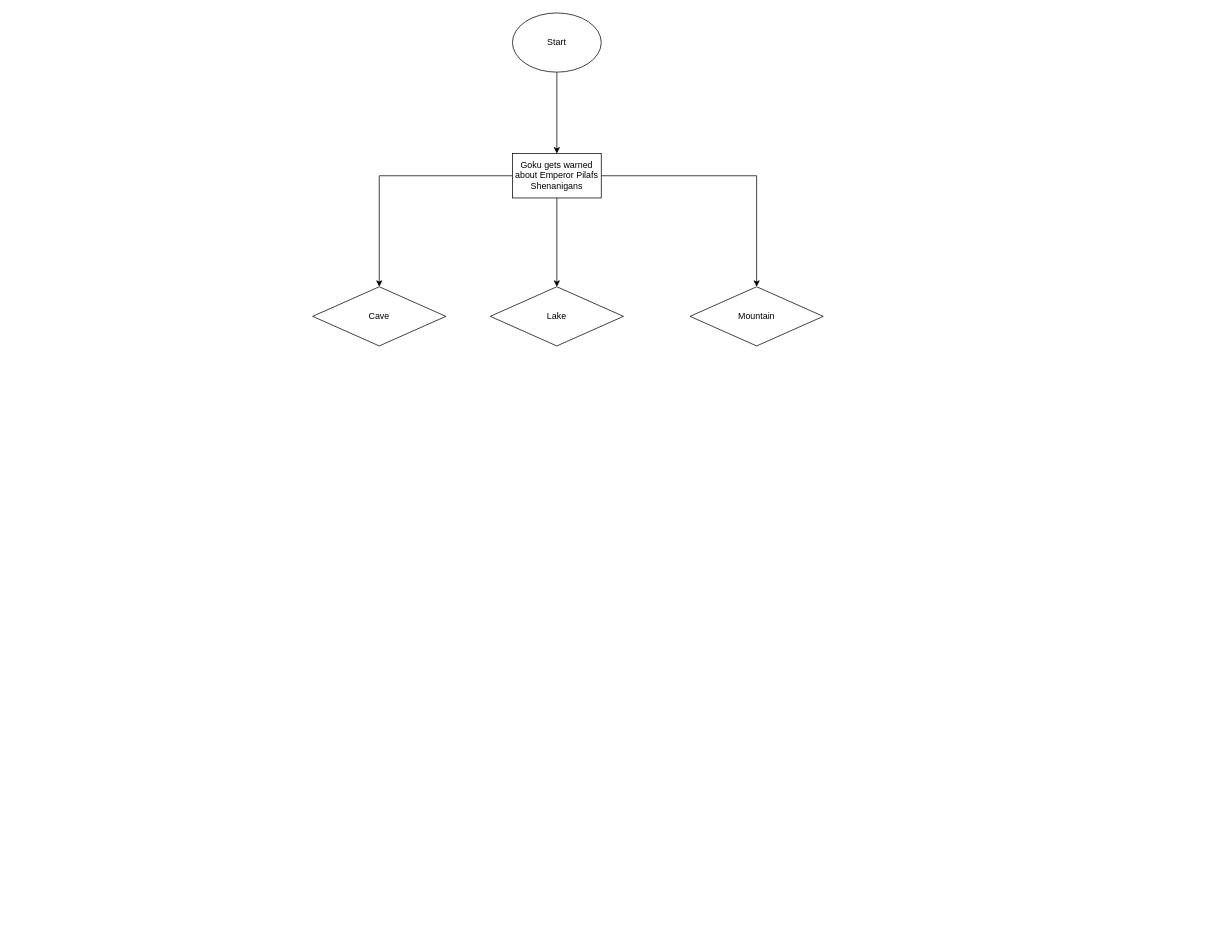
Buddyboy2007/School keeps this draw.io diagram as 1.4.4 Coding Text Adventure/Untitled Diagram.drawio. Above is the earlier version. Source tidied: cells renumbered, new cells numbered last; positions are measured from the earlier drawing's top-left corner, leaving out a move shared by most shapes. Both pictures are drawn from the tidied source at 74%, with x=0, y=0 at pixel (312, 13).
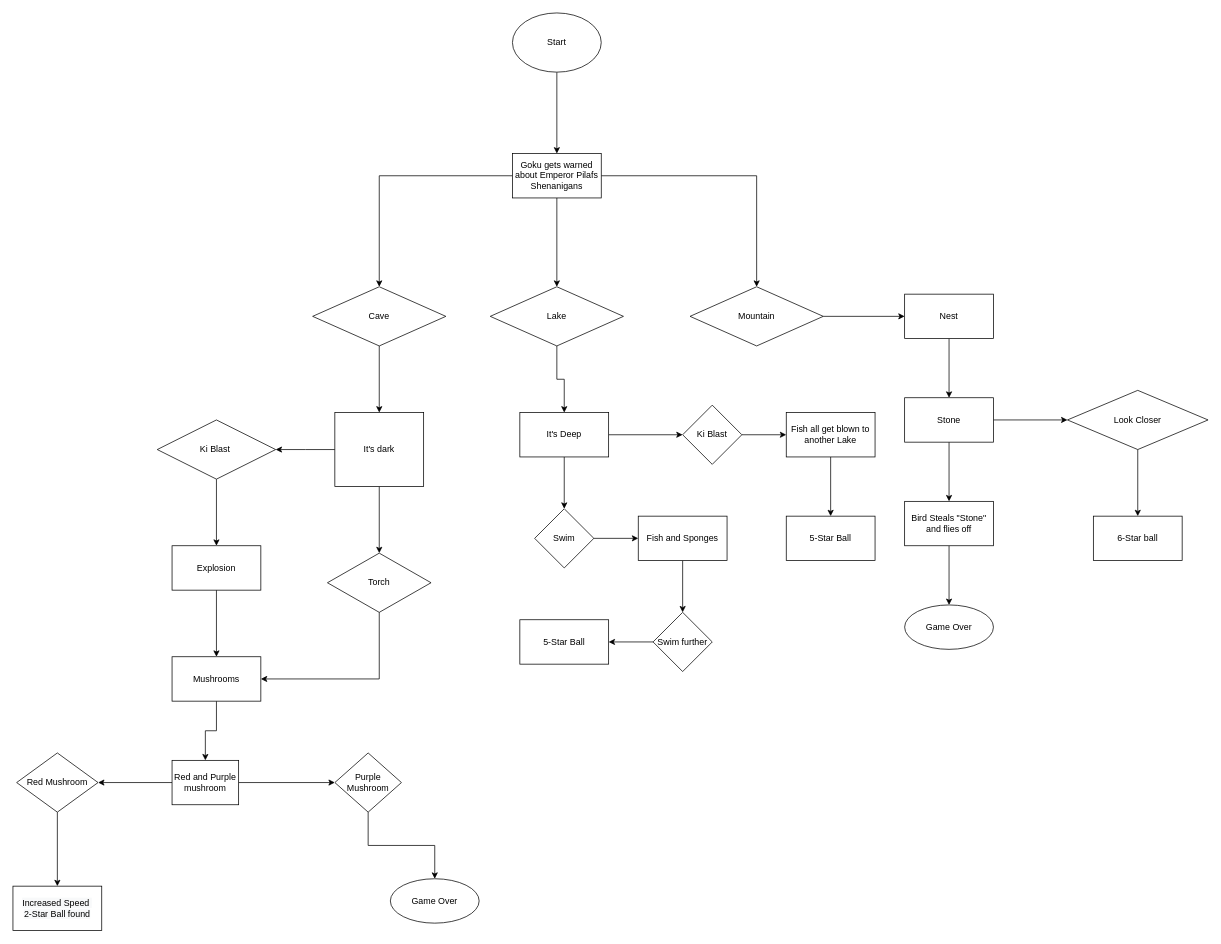
After the change.

The change refers to these unchanged cells:
```xml
<mxCell id="8" value="Mountain" style="rhombus;whiteSpace=wrap;html=1;" parent="1" vertex="1">
  <mxGeometry x="510" y="370" width="180" height="80" as="geometry" />
</mxCell>
<mxCell id="9" value="Cave" style="rhombus;whiteSpace=wrap;html=1;" parent="1" vertex="1">
  <mxGeometry y="370" width="180" height="80" as="geometry" />
</mxCell>
<mxCell id="10" value="Lake" style="rhombus;whiteSpace=wrap;html=1;" parent="1" vertex="1">
  <mxGeometry x="240" y="370" width="180" height="80" as="geometry" />
</mxCell>
```

What changed in the source:
```diff
@@
-<mxGraphModel background="#ffffff">
+<mxGraphModel>
@@
+    <mxCell id="11" style="edgeStyle=orthogonalEdgeStyle;rounded=0;jettySize=auto;html=1;" parent="1" edge="1" source="8" target="34">
+      <mxGeometry relative="1" as="geometry" />
+    </mxCell>
@@
+    <mxCell id="12" style="edgeStyle=orthogonalEdgeStyle;rounded=0;jettySize=auto;html=1;" parent="1" edge="1" source="9" target="16">
+      <mxGeometry relative="1" as="geometry" />
+    </mxCell>
@@
+    <mxCell id="13" style="edgeStyle=orthogonalEdgeStyle;rounded=0;jettySize=auto;html=1;" parent="1" edge="1" source="10" target="47">
+      <mxGeometry relative="1" as="geometry" />
+    </mxCell>
@@
+    <mxCell id="14" style="edgeStyle=orthogonalEdgeStyle;rounded=0;jettySize=auto;html=1;" parent="1" edge="1" source="16">
+      <mxGeometry relative="1" as="geometry">
+        <mxPoint x="-50" y="590" as="targetPoint" />
+      </mxGeometry>
+    </mxCell>
+    <mxCell id="15" style="edgeStyle=orthogonalEdgeStyle;rounded=0;jettySize=auto;html=1;" parent="1" edge="1" source="16" target="19">
+      <mxGeometry relative="1" as="geometry" />
+    </mxCell>
+    <mxCell id="16" value="It's dark" style="whiteSpace=wrap;html=1;" parent="1" vertex="1">
+      <mxGeometry x="30" y="540" width="120" height="100" as="geometry" />
+    </mxCell>
+    <mxCell id="17" style="edgeStyle=orthogonalEdgeStyle;rounded=0;jettySize=auto;html=1;" parent="1" edge="1" source="18" target="21">
+      <mxGeometry relative="1" as="geometry" />
+    </mxCell>
+    <mxCell id="18" value="Ki Blast&amp;nbsp;" style="rhombus;whiteSpace=wrap;html=1;" parent="1" vertex="1">
+      <mxGeometry x="-210" y="550" width="160" height="80" as="geometry" />
+    </mxCell>
+    <mxCell id="19" value="Torch" style="rhombus;whiteSpace=wrap;html=1;" parent="1" vertex="1">
+      <mxGeometry x="20" y="730" width="140" height="80" as="geometry" />
+    </mxCell>
+    <mxCell id="20" style="edgeStyle=orthogonalEdgeStyle;rounded=0;jettySize=auto;html=1;" parent="1" edge="1" source="21" target="23">
+      <mxGeometry relative="1" as="geometry" />
+    </mxCell>
+    <mxCell id="21" value="Explosion" style="whiteSpace=wrap;html=1;" parent="1" vertex="1">
+      <mxGeometry x="-190" y="720" width="120" height="60" as="geometry" />
+    </mxCell>
+    <mxCell id="22" style="edgeStyle=orthogonalEdgeStyle;rounded=0;jettySize=auto;html=1;" parent="1" edge="1" source="23" target="27">
+      <mxGeometry relative="1" as="geometry" />
+    </mxCell>
+    <mxCell id="23" value="Mushrooms" style="whiteSpace=wrap;html=1;" parent="1" vertex="1">
+      <mxGeometry x="-190" y="870" width="120" height="60" as="geometry" />
+    </mxCell>
+    <mxCell id="24" style="endArrow=classic;html=1;rounded=0;exitX=0.5;exitY=1;exitDx=0;exitDy=0;entryX=1;entryY=0.5;entryDx=0;entryDy=0;" parent="1" edge="1" source="19" target="23">
+      <mxGeometry relative="1" as="geometry">
+        <Array as="points">
+          <mxPoint x="90" y="900" />
+        </Array>
+      </mxGeometry>
+    </mxCell>
+    <mxCell id="25" style="edgeStyle=orthogonalEdgeStyle;rounded=0;jettySize=auto;html=1;" parent="1" edge="1" source="27" target="29">
+      <mxGeometry relative="1" as="geometry" />
+    </mxCell>
+    <mxCell id="26" style="edgeStyle=orthogonalEdgeStyle;rounded=0;jettySize=auto;html=1;" parent="1" edge="1" source="27" target="31">
+      <mxGeometry relative="1" as="geometry" />
+    </mxCell>
+    <mxCell id="27" value="Red and Purple mushroom" style="whiteSpace=wrap;html=1;" parent="1" vertex="1">
+      <mxGeometry x="-190" y="1010" width="90" height="60" as="geometry" />
+    </mxCell>
+    <mxCell id="28" style="edgeStyle=orthogonalEdgeStyle;rounded=0;jettySize=auto;html=1;" parent="1" edge="1" source="29" target="32">
+      <mxGeometry relative="1" as="geometry" />
+    </mxCell>
+    <mxCell id="29" value="Red Mushroom" style="rhombus;whiteSpace=wrap;html=1;" parent="1" vertex="1">
+      <mxGeometry x="-400" y="1000" width="110" height="80" as="geometry" />
+    </mxCell>
+    <mxCell id="30" style="edgeStyle=orthogonalEdgeStyle;rounded=0;jettySize=auto;html=1;" parent="1" edge="1" source="31" target="44">
+      <mxGeometry relative="1" as="geometry" />
+    </mxCell>
+    <mxCell id="31" value="Purple Mushroom" style="rhombus;whiteSpace=wrap;html=1;" parent="1" vertex="1">
+      <mxGeometry x="30" y="1000" width="90" height="80" as="geometry" />
+    </mxCell>
+    <mxCell id="32" value="&lt;span style=&quot;color: rgb(0, 0, 0); font-family: Helvetica; font-size: 12px; font-style: normal; font-variant-ligatures: normal; font-variant-caps: normal; font-weight: 400; letter-spacing: normal; orphans: 2; text-align: center; text-indent: 0px; text-transform: none; widows: 2; word-spacing: 0px; -webkit-text-stroke-width: 0px; background-color: rgb(248, 249, 250); text-decoration-thickness: initial; text-decoration-style: initial; text-decoration-color: initial; float: none; display: inline !important;&quot;&gt;Increased Speed&amp;nbsp;&lt;/span&gt;&lt;br style=&quot;color: rgb(0, 0, 0); font-family: Helvetica; font-size: 12px; font-style: normal; font-variant-ligatures: normal; font-variant-caps: normal; font-weight: 400; letter-spacing: normal; orphans: 2; text-align: center; text-indent: 0px; text-transform: none; widows: 2; word-spacing: 0px; -webkit-text-stroke-width: 0px; background-color: rgb(248, 249, 250); text-decoration-thickness: initial; text-decoration-style: initial; text-decoration-color: initial;&quot;&gt;&lt;span style=&quot;color: rgb(0, 0, 0); font-family: Helvetica; font-size: 12px; font-style: normal; font-variant-ligatures: normal; font-variant-caps: normal; font-weight: 400; letter-spacing: normal; orphans: 2; text-align: center; text-indent: 0px; text-transform: none; widows: 2; word-spacing: 0px; -webkit-text-stroke-width: 0px; background-color: rgb(248, 249, 250); text-decoration-thickness: initial; text-decoration-style: initial; text-decoration-color: initial; float: none; display: inline !important;&quot;&gt;2-Star Ball found&lt;/span&gt;" style="whiteSpace=wrap;html=1;" parent="1" vertex="1">
+      <mxGeometry x="-405" y="1180" width="120" height="60" as="geometry" />
+    </mxCell>
+    <mxCell id="33" style="edgeStyle=orthogonalEdgeStyle;rounded=0;jettySize=auto;html=1;" parent="1" edge="1" source="34" target="37">
+      <mxGeometry relative="1" as="geometry" />
+    </mxCell>
+    <mxCell id="34" value="Nest" style="whiteSpace=wrap;html=1;" parent="1" vertex="1">
+      <mxGeometry x="800" y="380" width="120" height="60" as="geometry" />
+    </mxCell>
+    <mxCell id="35" style="edgeStyle=orthogonalEdgeStyle;rounded=0;jettySize=auto;html=1;" parent="1" edge="1" source="37" target="39">
+      <mxGeometry relative="1" as="geometry" />
+    </mxCell>
+    <mxCell id="36" style="edgeStyle=orthogonalEdgeStyle;rounded=0;jettySize=auto;html=1;" parent="1" edge="1" source="37" target="42">
+      <mxGeometry relative="1" as="geometry" />
+    </mxCell>
+    <mxCell id="37" value="Stone" style="whiteSpace=wrap;html=1;" parent="1" vertex="1">
+      <mxGeometry x="800" y="520" width="120" height="60" as="geometry" />
+    </mxCell>
+    <mxCell id="38" style="edgeStyle=orthogonalEdgeStyle;rounded=0;jettySize=auto;html=1;" parent="1" edge="1" source="39" target="40">
+      <mxGeometry relative="1" as="geometry" />
+    </mxCell>
+    <mxCell id="39" value="Look Closer" style="rhombus;whiteSpace=wrap;html=1;" parent="1" vertex="1">
+      <mxGeometry x="1020" y="510" width="190" height="80" as="geometry" />
+    </mxCell>
+    <mxCell id="40" value="6-Star ball" style="whiteSpace=wrap;html=1;" parent="1" vertex="1">
+      <mxGeometry x="1055" y="680" width="120" height="60" as="geometry" />
+    </mxCell>
+    <mxCell id="41" style="edgeStyle=orthogonalEdgeStyle;rounded=0;jettySize=auto;html=1;" parent="1" edge="1" source="42" target="43">
+      <mxGeometry relative="1" as="geometry" />
+    </mxCell>
+    <mxCell id="42" value="Bird Steals &quot;Stone&quot; and flies off" style="whiteSpace=wrap;html=1;" parent="1" vertex="1">
+      <mxGeometry x="800" y="660" width="120" height="60" as="geometry" />
+    </mxCell>
+    <mxCell id="43" value="Game Over" style="ellipse;whiteSpace=wrap;html=1;" parent="1" vertex="1">
+      <mxGeometry x="800" y="800" width="120" height="60" as="geometry" />
+    </mxCell>
+    <mxCell id="44" value="Game Over" style="ellipse;whiteSpace=wrap;html=1;" parent="1" vertex="1">
+      <mxGeometry x="105" y="1170" width="120" height="60" as="geometry" />
+    </mxCell>
+    <mxCell id="45" style="edgeStyle=orthogonalEdgeStyle;rounded=0;jettySize=auto;html=1;" parent="1" edge="1" source="47" target="49">
+      <mxGeometry relative="1" as="geometry" />
+    </mxCell>
+    <mxCell id="46" style="edgeStyle=orthogonalEdgeStyle;rounded=0;jettySize=auto;html=1;" parent="1" edge="1" source="47" target="56">
+      <mxGeometry relative="1" as="geometry" />
+    </mxCell>
+    <mxCell id="47" value="It's Deep" style="whiteSpace=wrap;html=1;" parent="1" vertex="1">
+      <mxGeometry x="280" y="540" width="120" height="60" as="geometry" />
+    </mxCell>
+    <mxCell id="48" style="edgeStyle=orthogonalEdgeStyle;rounded=0;jettySize=auto;html=1;" parent="1" edge="1" source="49" target="51">
+      <mxGeometry relative="1" as="geometry" />
+    </mxCell>
+    <mxCell id="49" value="Swim" style="rhombus;whiteSpace=wrap;html=1;" parent="1" vertex="1">
+      <mxGeometry x="300" y="670" width="80" height="80" as="geometry" />
+    </mxCell>
+    <mxCell id="50" style="edgeStyle=orthogonalEdgeStyle;rounded=0;jettySize=auto;html=1;" parent="1" edge="1" source="51" target="53">
+      <mxGeometry relative="1" as="geometry" />
+    </mxCell>
+    <mxCell id="51" value="Fish and Sponges" style="whiteSpace=wrap;html=1;" parent="1" vertex="1">
+      <mxGeometry x="440" y="680" width="120" height="60" as="geometry" />
+    </mxCell>
+    <mxCell id="52" style="edgeStyle=orthogonalEdgeStyle;rounded=0;jettySize=auto;html=1;" parent="1" edge="1" source="53" target="54">
+      <mxGeometry relative="1" as="geometry" />
+    </mxCell>
+    <mxCell id="53" value="Swim further" style="rhombus;whiteSpace=wrap;html=1;" parent="1" vertex="1">
+      <mxGeometry x="460" y="810" width="80" height="80" as="geometry" />
+    </mxCell>
+    <mxCell id="54" value="5-Star Ball" style="whiteSpace=wrap;html=1;" parent="1" vertex="1">
+      <mxGeometry x="280" y="820" width="120" height="60" as="geometry" />
+    </mxCell>
+    <mxCell id="55" style="edgeStyle=orthogonalEdgeStyle;rounded=0;jettySize=auto;html=1;" parent="1" edge="1" source="56" target="58">
+      <mxGeometry relative="1" as="geometry" />
+    </mxCell>
+    <mxCell id="56" value="Ki Blast" style="rhombus;whiteSpace=wrap;html=1;" parent="1" vertex="1">
+      <mxGeometry x="500" y="530" width="80" height="80" as="geometry" />
+    </mxCell>
+    <mxCell id="57" style="edgeStyle=orthogonalEdgeStyle;rounded=0;jettySize=auto;html=1;" parent="1" edge="1" source="58" target="59">
+      <mxGeometry relative="1" as="geometry" />
+    </mxCell>
+    <mxCell id="58" value="Fish all get blown to another Lake" style="whiteSpace=wrap;html=1;" parent="1" vertex="1">
+      <mxGeometry x="640" y="540" width="120" height="60" as="geometry" />
+    </mxCell>
+    <mxCell id="59" value="5-Star Ball" style="whiteSpace=wrap;html=1;" parent="1" vertex="1">
+      <mxGeometry x="640" y="680" width="120" height="60" as="geometry" />
+    </mxCell>
```
